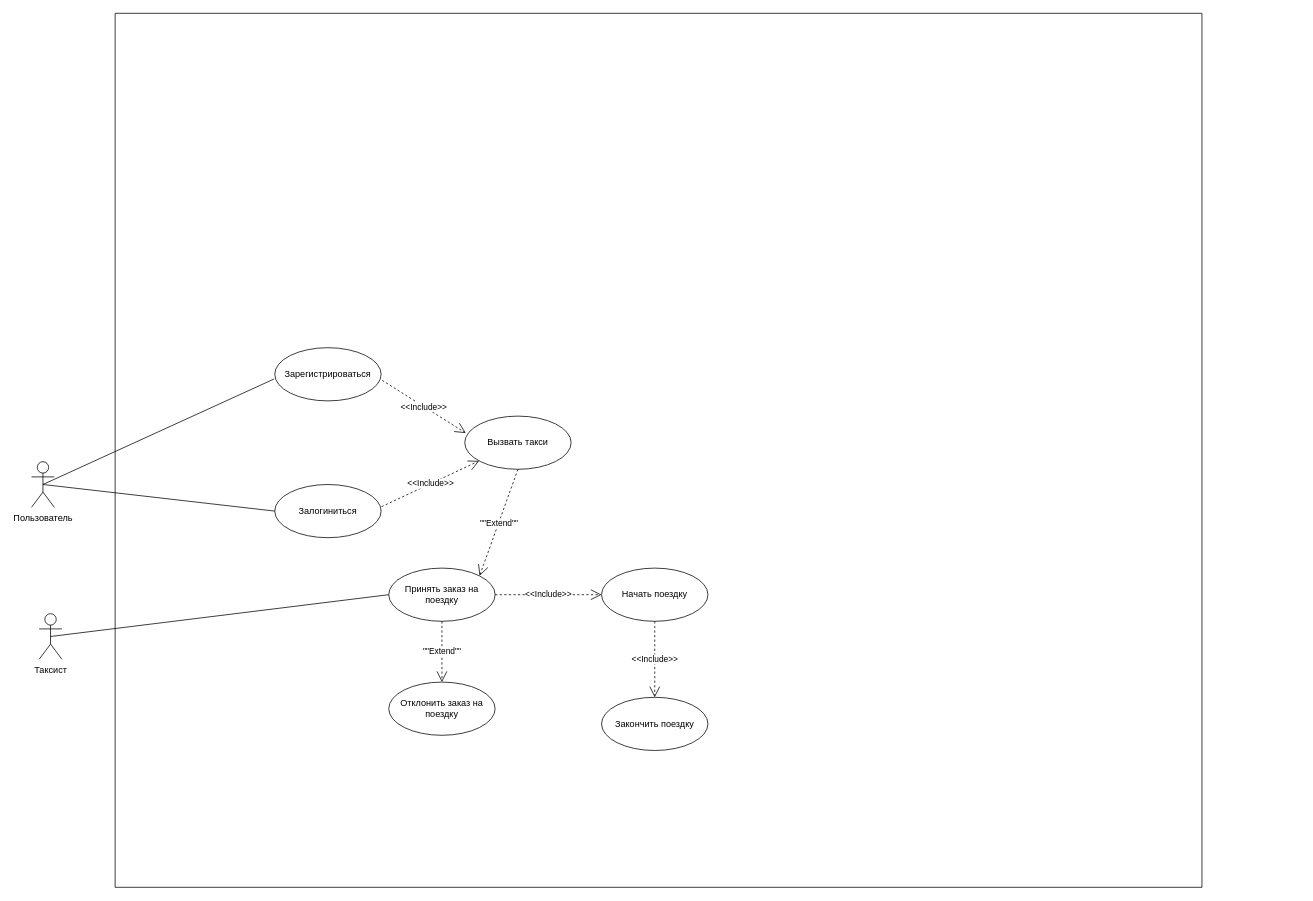
Before: PrecedentDia.drawio in hard-gainer/UML, a draw.io diagram. Source tidied: cells renumbered, new cells numbered last; positions are measured from the earlier drawing's top-left corner, leaving out a move shared by most shapes. Both pictures are drawn from the tidied source at 76%, with x=0, y=0 at pixel (31, 13).
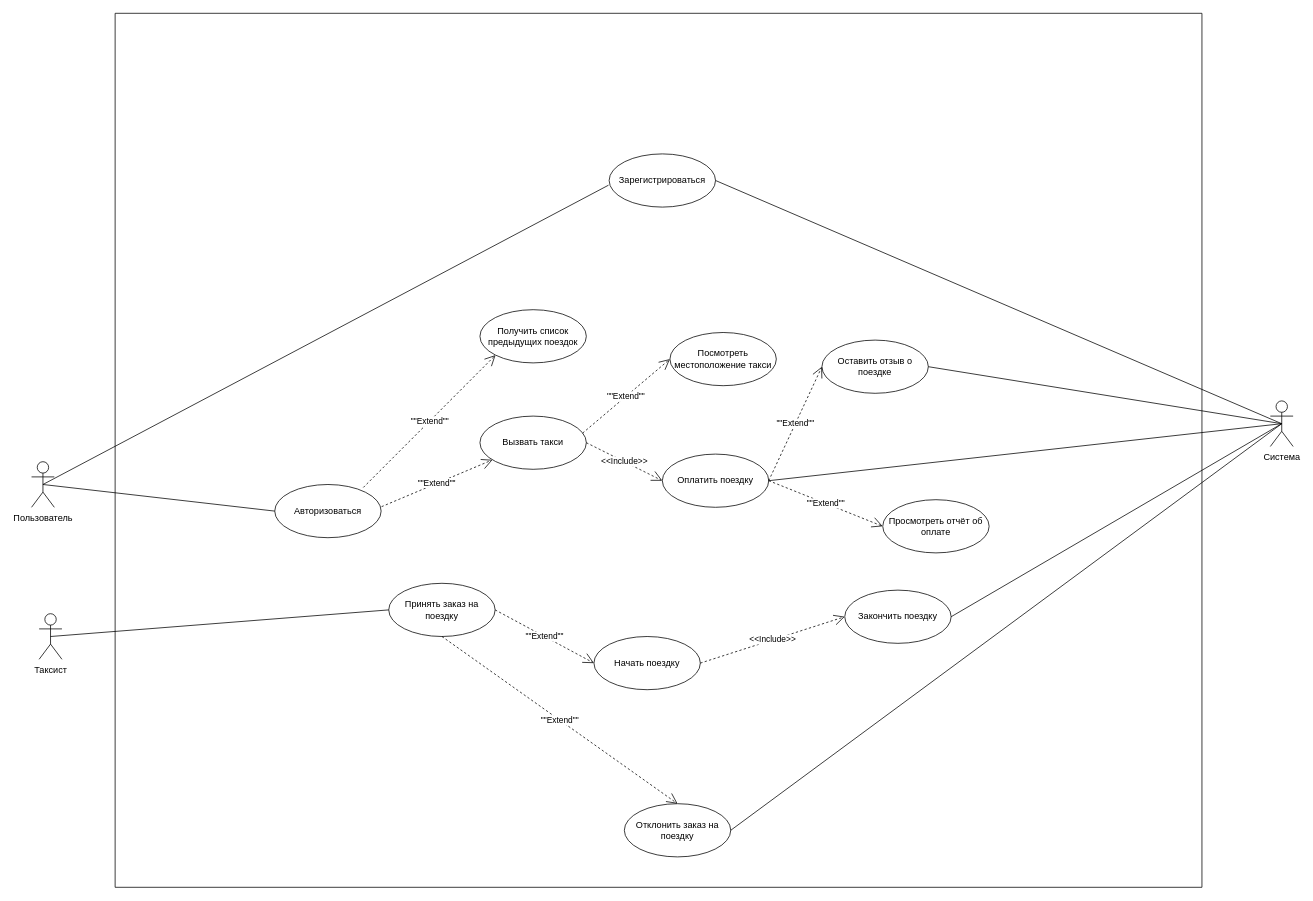
Above is the later version.

The change refers to these unchanged cells:
```xml
<mxCell id="3" style="swimlane;startSize=0;" parent="1" vertex="1">
  <mxGeometry x="110" width="1430" height="1150" as="geometry" />
</mxCell>
```

What changed in the source:
```diff
@@
     <mxCell id="4" value="Зарегистрироваться" style="ellipse;whiteSpace=wrap;html=1;" parent="3" vertex="1">
-      <mxGeometry x="210" y="440" width="140" height="70" as="geometry" />
+      <mxGeometry x="650" y="185" width="140" height="70" as="geometry" />
     </mxCell>
-    <mxCell id="5" value="Залогиниться" style="ellipse;whiteSpace=wrap;html=1;" parent="3" vertex="1">
+    <mxCell id="5" value="Авторизоваться" style="ellipse;whiteSpace=wrap;html=1;" parent="3" vertex="1">
       <mxGeometry x="210" y="620" width="140" height="70" as="geometry" />
     </mxCell>
     <mxCell id="6" value="Вызвать такси" style="ellipse;whiteSpace=wrap;html=1;" parent="3" vertex="1">
-      <mxGeometry x="460" y="530" width="140" height="70" as="geometry" />
+      <mxGeometry x="480" y="530" width="140" height="70" as="geometry" />
     </mxCell>
-    <mxCell id="7" value="&amp;lt;&amp;lt;Include&amp;gt;&amp;gt;" style="endArrow=open;endSize=12;dashed=1;html=1;rounded=0;exitX=1.004;exitY=0.417;exitDx=0;exitDy=0;exitPerimeter=0;" parent="3" edge="1" source="5" target="6">
+    <mxCell id="7" value="&quot;&quot;Extend&quot;&quot;" style="endArrow=open;endSize=12;dashed=1;html=1;rounded=0;exitX=1.004;exitY=0.417;exitDx=0;exitDy=0;exitPerimeter=0;" parent="3" edge="1" source="5" target="6">
       <mxGeometry relative="1" as="geometry" />
     </mxCell>
-    <mxCell id="8" value="&amp;lt;&amp;lt;Include&amp;gt;&amp;gt;" style="endArrow=open;endSize=12;dashed=1;html=1;rounded=0;exitX=1.01;exitY=0.614;exitDx=0;exitDy=0;entryX=0.01;entryY=0.319;entryDx=0;entryDy=0;entryPerimeter=0;exitPerimeter=0;" parent="3" edge="1" source="4" target="6">
-      <mxGeometry relative="1" as="geometry" />
-    </mxCell>
     <mxCell id="9" value="Принять заказ на поездку" style="ellipse;whiteSpace=wrap;html=1;" parent="3" vertex="1">
-      <mxGeometry x="360" y="730" width="140" height="70" as="geometry" />
+      <mxGeometry x="360" y="750" width="140" height="70" as="geometry" />
     </mxCell>
     <mxCell id="10" value="Отклонить заказ на поездку" style="ellipse;whiteSpace=wrap;html=1;" parent="3" vertex="1">
-      <mxGeometry x="360" y="880" width="140" height="70" as="geometry" />
+      <mxGeometry x="670" y="1040" width="140" height="70" as="geometry" />
     </mxCell>
-    <mxCell id="11" value="&quot;&quot;Extend&quot;&quot;" style="endArrow=open;endSize=12;dashed=1;html=1;rounded=0;exitX=0.5;exitY=1;exitDx=0;exitDy=0;entryX=1;entryY=0;entryDx=0;entryDy=0;" parent="3" edge="1" source="6" target="9">
-      <mxGeometry relative="1" as="geometry" />
-    </mxCell>
@@
     <mxCell id="13" value="Начать поездку" style="ellipse;whiteSpace=wrap;html=1;" parent="3" vertex="1">
-      <mxGeometry x="640" y="730" width="140" height="70" as="geometry" />
+      <mxGeometry x="630" y="820" width="140" height="70" as="geometry" />
     </mxCell>
     <mxCell id="14" value="Закончить поездку" style="ellipse;whiteSpace=wrap;html=1;" parent="3" vertex="1">
-      <mxGeometry x="640" y="900" width="140" height="70" as="geometry" />
+      <mxGeometry x="960" y="759" width="140" height="70" as="geometry" />
     </mxCell>
-    <mxCell id="15" value="&amp;lt;&amp;lt;Include&amp;gt;&amp;gt;" style="endArrow=open;endSize=12;dashed=1;html=1;rounded=0;exitX=1;exitY=0.5;exitDx=0;exitDy=0;entryX=0;entryY=0.5;entryDx=0;entryDy=0;" parent="3" edge="1" source="9" target="13">
+    <mxCell id="15" value="&quot;&quot;Extend&quot;&quot;" style="endArrow=open;endSize=12;dashed=1;html=1;rounded=0;exitX=1;exitY=0.5;exitDx=0;exitDy=0;entryX=0;entryY=0.5;entryDx=0;entryDy=0;" parent="3" edge="1" source="9" target="13">
       <mxGeometry relative="1" as="geometry" />
     </mxCell>
-    <mxCell id="16" value="&amp;lt;&amp;lt;Include&amp;gt;&amp;gt;" style="endArrow=open;endSize=12;dashed=1;html=1;rounded=0;exitX=0.5;exitY=1;exitDx=0;exitDy=0;entryX=0.5;entryY=0;entryDx=0;entryDy=0;" parent="3" edge="1" source="13" target="14">
+    <mxCell id="16" value="&amp;lt;&amp;lt;Include&amp;gt;&amp;gt;" style="endArrow=open;endSize=12;dashed=1;html=1;rounded=0;exitX=1;exitY=0.5;exitDx=0;exitDy=0;entryX=0;entryY=0.5;entryDx=0;entryDy=0;" parent="3" edge="1" source="13" target="14">
       <mxGeometry relative="1" as="geometry" />
     </mxCell>
+    <mxCell id="21" value="Получить список предыдущих поездок" style="ellipse;whiteSpace=wrap;html=1;" parent="3" vertex="1">
+      <mxGeometry x="480" y="390" width="140" height="70" as="geometry" />
+    </mxCell>
+    <mxCell id="22" value="&quot;&quot;Extend&quot;&quot;" style="endArrow=open;endSize=12;dashed=1;html=1;rounded=0;exitX=0.833;exitY=0.055;exitDx=0;exitDy=0;exitPerimeter=0;entryX=0;entryY=1;entryDx=0;entryDy=0;" parent="3" edge="1" source="5" target="21">
+      <mxGeometry relative="1" as="geometry" />
+    </mxCell>
+    <mxCell id="23" value="&quot;&quot;Extend&quot;&quot;" style="endArrow=open;endSize=12;dashed=1;html=1;rounded=0;exitX=0.965;exitY=0.32;exitDx=0;exitDy=0;exitPerimeter=0;entryX=0;entryY=0.5;entryDx=0;entryDy=0;" parent="3" edge="1" source="6" target="24">
+      <mxGeometry relative="1" as="geometry" />
+    </mxCell>
+    <mxCell id="24" value="Посмотреть местоположение такси" style="ellipse;whiteSpace=wrap;html=1;" parent="3" vertex="1">
+      <mxGeometry x="730" y="420" width="140" height="70" as="geometry" />
+    </mxCell>
+    <mxCell id="25" value="Оплатить поездку" style="ellipse;whiteSpace=wrap;html=1;" parent="3" vertex="1">
+      <mxGeometry x="720" y="580" width="140" height="70" as="geometry" />
+    </mxCell>
+    <mxCell id="8" value="&amp;lt;&amp;lt;Include&amp;gt;&amp;gt;" style="endArrow=open;endSize=12;dashed=1;html=1;rounded=0;exitX=1;exitY=0.5;exitDx=0;exitDy=0;entryX=0;entryY=0.5;entryDx=0;entryDy=0;" parent="3" edge="1" source="6" target="25">
+      <mxGeometry relative="1" as="geometry" />
+    </mxCell>
+    <mxCell id="26" value="Оставить отзыв о поездке" style="ellipse;whiteSpace=wrap;html=1;" parent="3" vertex="1">
+      <mxGeometry x="930" y="430" width="140" height="70" as="geometry" />
+    </mxCell>
+    <mxCell id="27" value="&quot;&quot;Extend&quot;&quot;" style="endArrow=open;endSize=12;dashed=1;html=1;rounded=0;exitX=1;exitY=0.5;exitDx=0;exitDy=0;entryX=0;entryY=0.5;entryDx=0;entryDy=0;" parent="3" edge="1" source="25" target="26">
+      <mxGeometry relative="1" as="geometry" />
+    </mxCell>
+    <mxCell id="28" value="Просмотреть отчёт об оплате" style="ellipse;whiteSpace=wrap;html=1;" parent="3" vertex="1">
+      <mxGeometry x="1010" y="640" width="140" height="70" as="geometry" />
+    </mxCell>
+    <mxCell id="29" value="&quot;&quot;Extend&quot;&quot;" style="endArrow=open;endSize=12;dashed=1;html=1;rounded=0;exitX=1;exitY=0.5;exitDx=0;exitDy=0;entryX=0;entryY=0.5;entryDx=0;entryDy=0;" parent="3" edge="1" source="25" target="28">
+      <mxGeometry relative="1" as="geometry" />
+    </mxCell>
@@
+    <mxCell id="30" value="Система" style="shape=umlActor;verticalLabelPosition=bottom;verticalAlign=top;html=1;" parent="1" vertex="1">
+      <mxGeometry x="1630" y="510" width="30" height="60" as="geometry" />
+    </mxCell>
+    <mxCell id="31" style="endArrow=none;html=1;rounded=0;exitX=1;exitY=0.5;exitDx=0;exitDy=0;entryX=0.5;entryY=0.5;entryDx=0;entryDy=0;entryPerimeter=0;" parent="1" edge="1" source="4" target="30">
+      <mxGeometry relative="1" as="geometry" />
+    </mxCell>
+    <mxCell id="32" style="endArrow=none;html=1;rounded=0;exitX=1;exitY=0.5;exitDx=0;exitDy=0;entryX=0.5;entryY=0.5;entryDx=0;entryDy=0;entryPerimeter=0;" parent="1" edge="1" source="14" target="30">
+      <mxGeometry relative="1" as="geometry" />
+    </mxCell>
+    <mxCell id="33" style="endArrow=none;html=1;rounded=0;exitX=1;exitY=0.5;exitDx=0;exitDy=0;entryX=0.5;entryY=0.5;entryDx=0;entryDy=0;entryPerimeter=0;" parent="1" edge="1" source="25" target="30">
+      <mxGeometry relative="1" as="geometry" />
+    </mxCell>
+    <mxCell id="34" style="endArrow=none;html=1;rounded=0;exitX=1;exitY=0.5;exitDx=0;exitDy=0;entryX=0.5;entryY=0.5;entryDx=0;entryDy=0;entryPerimeter=0;" parent="1" edge="1" source="26" target="30">
+      <mxGeometry relative="1" as="geometry" />
+    </mxCell>
+    <mxCell id="35" style="endArrow=none;html=1;rounded=0;exitX=1;exitY=0.5;exitDx=0;exitDy=0;entryX=0.5;entryY=0.5;entryDx=0;entryDy=0;entryPerimeter=0;" parent="1" edge="1" source="10" target="30">
+      <mxGeometry relative="1" as="geometry" />
+    </mxCell>
```
